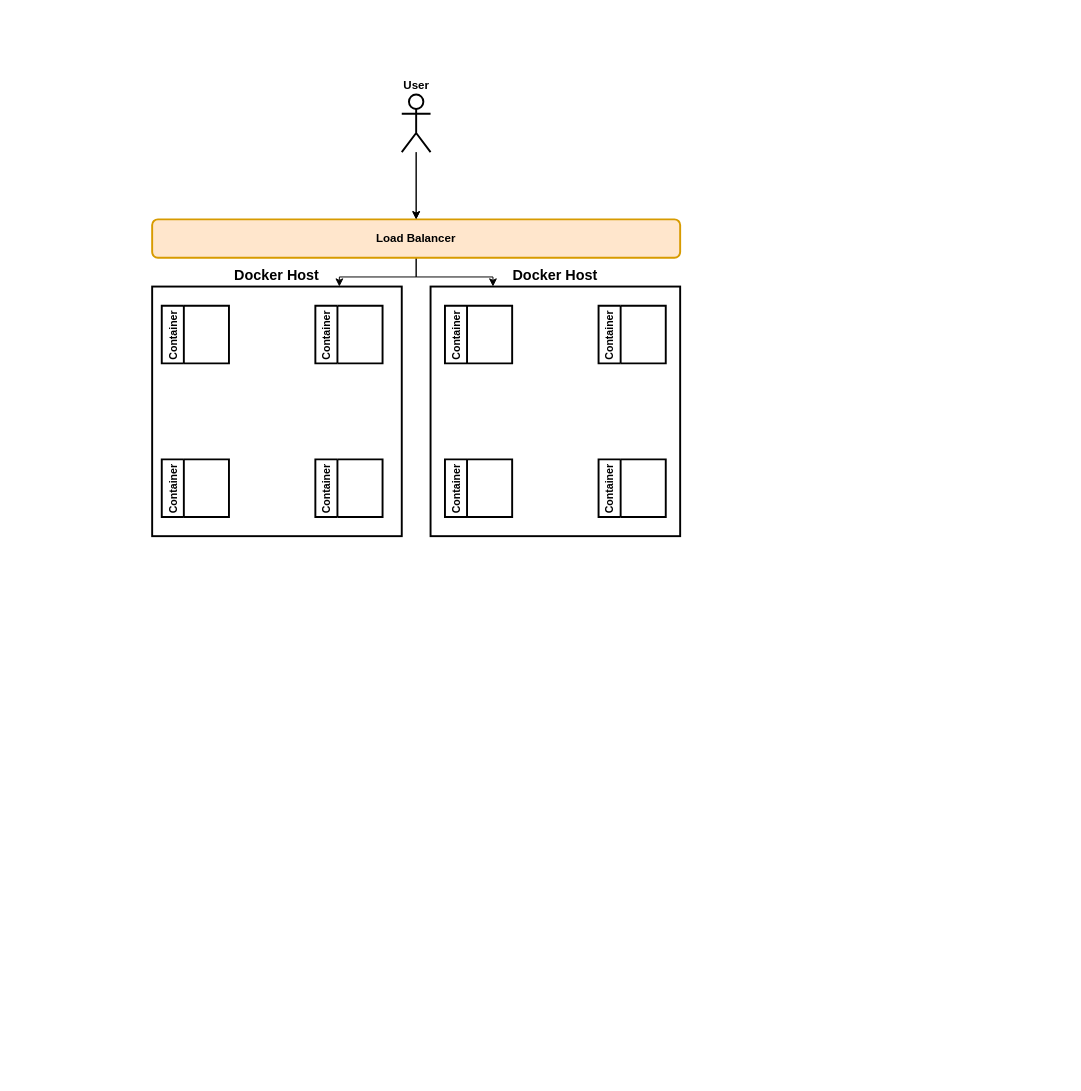
tmatthysen/Ayo_Project keeps this draw.io diagram as Diagrams/Untitled Diagram.drawio. Above is the earlier version. Source tidied: cells renumbered, new cells numbered last; positions are measured from the earlier drawing's top-left corner, leaving out a move shared by most shapes. Both pictures are drawn from the tidied source at 96%, with x=0, y=0 at pixel (152, 94).
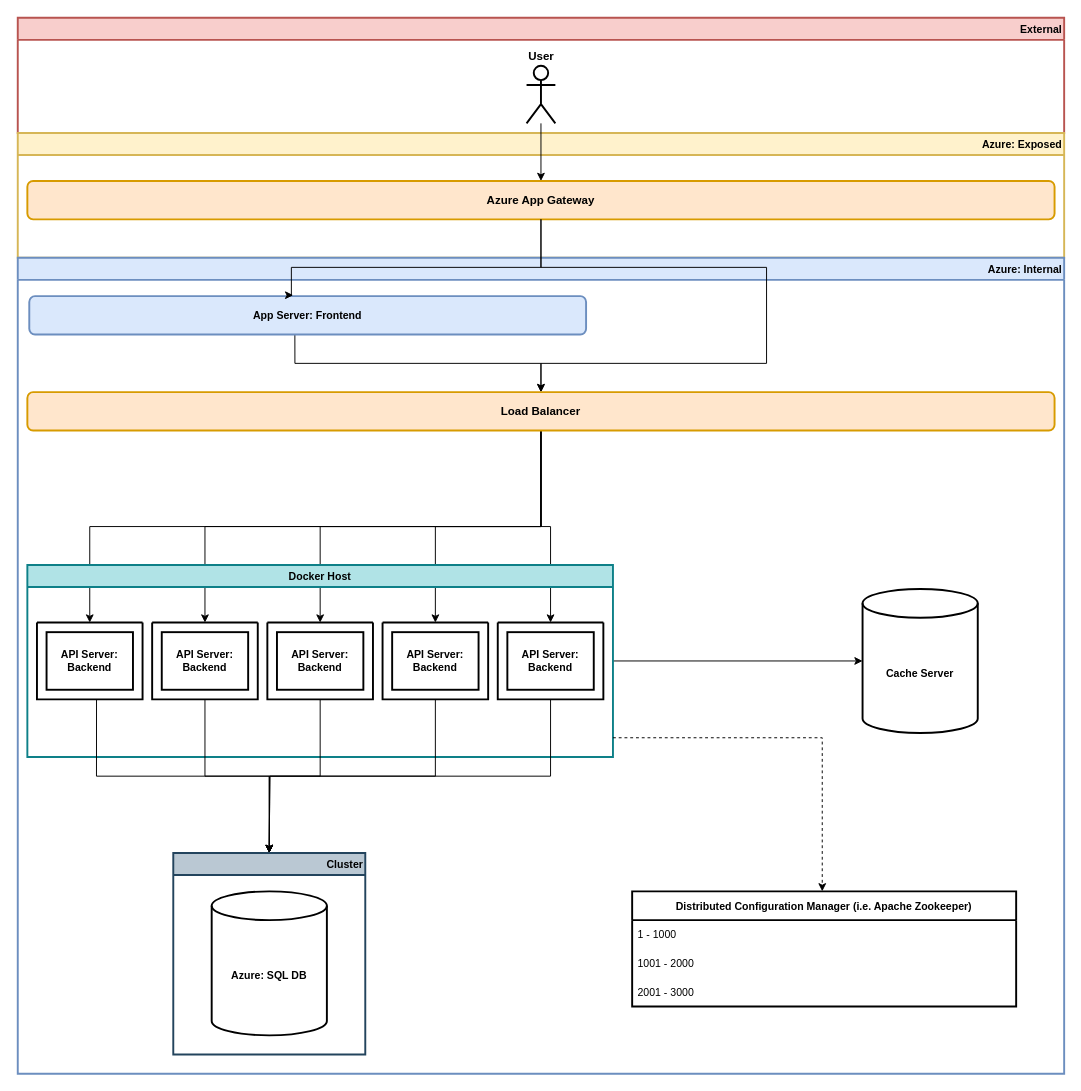
The same page after the edit.

Change to the diagram source:
```diff
@@
-    <mxCell id="2" style="edgeStyle=orthogonalEdgeStyle;rounded=0;jettySize=auto;html=1;entryX=0.75;entryY=0;entryDx=0;entryDy=0;fontSize=15;" parent="1" edge="1" source="4" target="9">
-      <mxGeometry relative="1" as="geometry" />
-    </mxCell>
-    <mxCell id="3" style="edgeStyle=orthogonalEdgeStyle;rounded=0;jettySize=auto;html=1;entryX=0.25;entryY=0;entryDx=0;entryDy=0;fontSize=15;" parent="1" edge="1" source="4" target="8">
-      <mxGeometry relative="1" as="geometry" />
-    </mxCell>
+    <mxCell id="18" value="External" style="swimlane;fontSize=11;strokeWidth=2;fillColor=#f8cecc;strokeColor=#b85450;align=right;" parent="1" vertex="1">
+      <mxGeometry x="-140" y="-80" width="1090" height="120" as="geometry" />
+    </mxCell>
+    <mxCell id="7" value="User" style="shape=umlActor;verticalLabelPosition=top;verticalAlign=bottom;html=1;strokeWidth=2;fontStyle=1;labelPosition=center;align=center;" parent="18" vertex="1">
+      <mxGeometry x="530" y="50" width="30" height="60" as="geometry" />
+    </mxCell>
+    <mxCell id="19" value="Azure: Exposed" style="swimlane;fontSize=11;strokeWidth=2;fillColor=#fff2cc;strokeColor=#d6b656;align=right;" parent="1" vertex="1">
+      <mxGeometry x="-140" y="40" width="1090" height="130" as="geometry" />
+    </mxCell>
+    <mxCell id="20" value="Azure App Gateway" style="rounded=1;whiteSpace=wrap;html=1;fillColor=#ffe6cc;strokeColor=#d79b00;strokeWidth=2;fontStyle=1;" parent="19" vertex="1">
+      <mxGeometry x="10" y="50" width="1070" height="40" as="geometry" />
+    </mxCell>
+    <mxCell id="21" value="Azure: Internal" style="swimlane;fontSize=11;strokeWidth=2;fillColor=#dae8fc;strokeColor=#6c8ebf;labelPosition=center;verticalLabelPosition=middle;align=right;verticalAlign=middle;" parent="1" vertex="1">
+      <mxGeometry x="-140" y="170" width="1090" height="850" as="geometry" />
+    </mxCell>
+    <mxCell id="22" style="edgeStyle=orthogonalEdgeStyle;rounded=0;jettySize=auto;html=1;fontSize=11;entryX=0.5;entryY=0;entryDx=0;entryDy=0;exitX=0.477;exitY=0.975;exitDx=0;exitDy=0;exitPerimeter=0;" parent="21" edge="1" source="23" target="4">
+      <mxGeometry relative="1" as="geometry" />
+    </mxCell>
+    <mxCell id="23" value="App Server: Frontend" style="rounded=1;whiteSpace=wrap;html=1;fontSize=11;strokeWidth=2;fontStyle=1;fillColor=#dae8fc;strokeColor=#6c8ebf;" parent="21" vertex="1">
+      <mxGeometry x="12" y="40" width="580" height="40" as="geometry" />
+    </mxCell>
+    <mxCell id="24" style="edgeStyle=orthogonalEdgeStyle;rounded=0;jettySize=auto;html=1;entryX=0.5;entryY=0;entryDx=0;entryDy=0;fontSize=11;" parent="21" edge="1" source="4" target="31">
+      <mxGeometry relative="1" as="geometry" />
+    </mxCell>
+    <mxCell id="25" style="edgeStyle=orthogonalEdgeStyle;rounded=0;jettySize=auto;html=1;entryX=0.5;entryY=0;entryDx=0;entryDy=0;fontSize=11;" parent="21" edge="1" source="4" target="34">
+      <mxGeometry relative="1" as="geometry" />
+    </mxCell>
+    <mxCell id="26" style="edgeStyle=orthogonalEdgeStyle;rounded=0;jettySize=auto;html=1;entryX=0.5;entryY=0;entryDx=0;entryDy=0;fontSize=11;" parent="21" edge="1" source="4" target="32">
+      <mxGeometry relative="1" as="geometry" />
+    </mxCell>
+    <mxCell id="27" style="edgeStyle=orthogonalEdgeStyle;rounded=0;jettySize=auto;html=1;entryX=0.5;entryY=0;entryDx=0;entryDy=0;fontSize=11;" parent="21" edge="1" source="4" target="36">
+      <mxGeometry relative="1" as="geometry" />
+    </mxCell>
+    <mxCell id="28" style="edgeStyle=orthogonalEdgeStyle;rounded=0;jettySize=auto;html=1;entryX=0.5;entryY=0;entryDx=0;entryDy=0;fontSize=11;" parent="21" edge="1" source="4" target="38">
+      <mxGeometry relative="1" as="geometry" />
+    </mxCell>
-    <mxCell id="4" value="Load Balancer" style="rounded=1;whiteSpace=wrap;html=1;fillColor=#ffe6cc;strokeColor=#d79b00;strokeWidth=2;fontStyle=1;" parent="1" vertex="1">
-      <mxGeometry y="130" width="550" height="40" as="geometry" />
+    <mxCell id="4" value="Load Balancer" style="rounded=1;whiteSpace=wrap;html=1;fillColor=#ffe6cc;strokeColor=#d79b00;strokeWidth=2;fontStyle=1;" parent="21" vertex="1">
+      <mxGeometry x="10" y="140" width="1070" height="40" as="geometry" />
     </mxCell>
-    <mxCell id="5" style="edgeStyle=orthogonalEdgeStyle;rounded=0;jettySize=auto;html=1;" parent="1" edge="1" source="7" target="4">
-      <mxGeometry relative="1" as="geometry" />
-    </mxCell>
-    <mxCell id="6" style="edgeStyle=orthogonalEdgeStyle;rounded=0;jettySize=auto;html=1;" parent="1" edge="1" source="7" target="4">
-      <mxGeometry relative="1" as="geometry" />
-    </mxCell>
-    <mxCell id="7" value="User" style="shape=umlActor;verticalLabelPosition=top;verticalAlign=bottom;html=1;strokeWidth=2;fontStyle=1;labelPosition=center;align=center;" parent="1" vertex="1">
-      <mxGeometry x="260" width="30" height="60" as="geometry" />
-    </mxCell>
-    <mxCell id="8" value="Docker Host" style="whiteSpace=wrap;html=1;strokeWidth=2;labelPosition=center;verticalLabelPosition=top;align=center;verticalAlign=bottom;fontStyle=1;fontSize=15;" parent="1" vertex="1">
-      <mxGeometry x="290" y="200" width="260" height="260" as="geometry" />
-    </mxCell>
-    <mxCell id="9" value="Docker Host" style="whiteSpace=wrap;html=1;strokeWidth=2;labelPosition=center;verticalLabelPosition=top;align=center;verticalAlign=bottom;fontStyle=1;fontSize=15;" parent="1" vertex="1">
-      <mxGeometry y="200" width="260" height="260" as="geometry" />
-    </mxCell>
-    <mxCell id="10" value="Container" style="swimlane;horizontal=0;fontSize=11;strokeWidth=2;startSize=23;" parent="1" vertex="1">
-      <mxGeometry x="10" y="220" width="70" height="60" as="geometry" />
-    </mxCell>
-    <mxCell id="11" value="Container" style="swimlane;horizontal=0;fontSize=11;strokeWidth=2;startSize=23;" parent="1" vertex="1">
-      <mxGeometry x="170" y="380" width="70" height="60" as="geometry" />
-    </mxCell>
-    <mxCell id="12" value="Container" style="swimlane;horizontal=0;fontSize=11;strokeWidth=2;startSize=23;" parent="1" vertex="1">
-      <mxGeometry x="170" y="220" width="70" height="60" as="geometry" />
-    </mxCell>
-    <mxCell id="13" value="Container" style="swimlane;horizontal=0;fontSize=11;strokeWidth=2;startSize=23;" parent="1" vertex="1">
-      <mxGeometry x="10" y="380" width="70" height="60" as="geometry" />
-    </mxCell>
-    <mxCell id="14" value="Container" style="swimlane;horizontal=0;fontSize=11;strokeWidth=2;startSize=23;" parent="1" vertex="1">
-      <mxGeometry x="305" y="220" width="70" height="60" as="geometry" />
-    </mxCell>
-    <mxCell id="15" value="Container" style="swimlane;horizontal=0;fontSize=11;strokeWidth=2;startSize=23;" parent="1" vertex="1">
-      <mxGeometry x="465" y="380" width="70" height="60" as="geometry" />
-    </mxCell>
-    <mxCell id="16" value="Container" style="swimlane;horizontal=0;fontSize=11;strokeWidth=2;startSize=23;" parent="1" vertex="1">
-      <mxGeometry x="465" y="220" width="70" height="60" as="geometry" />
-    </mxCell>
-    <mxCell id="17" value="Container" style="swimlane;horizontal=0;fontSize=11;strokeWidth=2;startSize=23;" parent="1" vertex="1">
-      <mxGeometry x="305" y="380" width="70" height="60" as="geometry" />
-    </mxCell>
+    <mxCell id="29" style="edgeStyle=orthogonalEdgeStyle;rounded=0;jettySize=auto;html=1;entryX=0;entryY=0.5;entryDx=0;entryDy=0;entryPerimeter=0;fontSize=11;" parent="21" edge="1" source="30" target="41">
+      <mxGeometry relative="1" as="geometry" />
+    </mxCell>
+    <mxCell id="30" value="Docker Host" style="swimlane;fontSize=11;strokeWidth=2;fillColor=#b0e3e6;strokeColor=#0e8088;align=center;" parent="21" vertex="1">
+      <mxGeometry x="10" y="320" width="610" height="200" as="geometry" />
+    </mxCell>
+    <mxCell id="31" style="swimlane;startSize=0;fontSize=11;strokeWidth=2;" parent="30" vertex="1">
+      <mxGeometry x="10" y="60" width="110" height="80" as="geometry" />
+    </mxCell>
+    <mxCell id="32" style="swimlane;startSize=0;fontSize=11;strokeWidth=2;" parent="30" vertex="1">
+      <mxGeometry x="250" y="60" width="110" height="80" as="geometry" />
+    </mxCell>
+    <mxCell id="33" value="API Server: Backend" style="whiteSpace=wrap;html=1;fontSize=11;strokeWidth=2;fontStyle=1;" parent="32" vertex="1">
+      <mxGeometry x="10" y="10" width="90" height="60" as="geometry" />
+    </mxCell>
+    <mxCell id="34" style="swimlane;startSize=0;fontSize=11;strokeWidth=2;" parent="30" vertex="1">
+      <mxGeometry x="130" y="60" width="110" height="80" as="geometry" />
+    </mxCell>
+    <mxCell id="35" value="API Server: Backend" style="whiteSpace=wrap;html=1;fontSize=11;strokeWidth=2;fontStyle=1;" parent="34" vertex="1">
+      <mxGeometry x="10" y="10" width="90" height="60" as="geometry" />
+    </mxCell>
+    <mxCell id="36" style="swimlane;startSize=0;fontSize=11;strokeWidth=2;" parent="30" vertex="1">
+      <mxGeometry x="370" y="60" width="110" height="80" as="geometry" />
+    </mxCell>
+    <mxCell id="37" value="API Server: Backend" style="whiteSpace=wrap;html=1;fontSize=11;strokeWidth=2;fontStyle=1;" parent="36" vertex="1">
+      <mxGeometry x="10" y="10" width="90" height="60" as="geometry" />
+    </mxCell>
+    <mxCell id="38" style="swimlane;startSize=0;fontSize=11;strokeWidth=2;" parent="30" vertex="1">
+      <mxGeometry x="490" y="60" width="110" height="80" as="geometry" />
+    </mxCell>
+    <mxCell id="39" value="API Server: Backend" style="whiteSpace=wrap;html=1;fontSize=11;strokeWidth=2;fontStyle=1;" parent="38" vertex="1">
+      <mxGeometry x="10" y="10" width="90" height="60" as="geometry" />
+    </mxCell>
+    <mxCell id="40" style="edgeStyle=orthogonalEdgeStyle;rounded=0;jettySize=auto;html=1;entryX=0.5;entryY=1;entryDx=0;entryDy=0;fontSize=11;exitX=0.5;exitY=1;exitDx=0;exitDy=0;" parent="30" edge="1" source="38">
+      <mxGeometry relative="1" as="geometry">
+        <mxPoint x="252" y="300" as="targetPoint" />
+        <Array as="points">
+          <mxPoint x="545" y="220" />
+          <mxPoint x="252" y="220" />
+        </Array>
+      </mxGeometry>
+    </mxCell>
+    <mxCell id="41" value="Cache Server" style="shape=cylinder3;whiteSpace=wrap;html=1;boundedLbl=1;backgroundOutline=1;size=15;fontSize=11;strokeWidth=2;fontStyle=1;" parent="21" vertex="1">
+      <mxGeometry x="880" y="345" width="120" height="150" as="geometry" />
+    </mxCell>
+    <mxCell id="42" value="Distributed Configuration Manager (i.e. Apache Zookeeper)" style="swimlane;fontStyle=1;horizontal=1;startSize=30;fontSize=11;strokeWidth=2;" parent="21" vertex="1">
+      <mxGeometry x="640" y="660" width="400" height="120" as="geometry" />
+    </mxCell>
+    <mxCell id="43" value="1 - 1000" style="text;strokeColor=none;fillColor=none;align=left;verticalAlign=middle;spacingLeft=4;spacingRight=4;overflow=hidden;fontSize=11;" parent="42" vertex="1">
+      <mxGeometry y="30" width="400" height="30" as="geometry" />
+    </mxCell>
+    <mxCell id="44" value="1001 - 2000" style="text;strokeColor=none;fillColor=none;align=left;verticalAlign=middle;spacingLeft=4;spacingRight=4;overflow=hidden;fontSize=11;" parent="42" vertex="1">
+      <mxGeometry y="60" width="400" height="30" as="geometry" />
+    </mxCell>
+    <mxCell id="45" value="2001 - 3000" style="text;strokeColor=none;fillColor=none;align=left;verticalAlign=middle;spacingLeft=4;spacingRight=4;overflow=hidden;fontSize=11;" parent="42" vertex="1">
+      <mxGeometry y="90" width="400" height="30" as="geometry" />
+    </mxCell>
+    <mxCell id="46" style="edgeStyle=orthogonalEdgeStyle;rounded=0;jettySize=auto;html=1;fontSize=11;exitX=0.564;exitY=1;exitDx=0;exitDy=0;exitPerimeter=0;" parent="21" edge="1" source="31">
+      <mxGeometry relative="1" as="geometry">
+        <mxPoint x="262" y="620" as="targetPoint" />
+      </mxGeometry>
+    </mxCell>
+    <mxCell id="47" style="edgeStyle=orthogonalEdgeStyle;rounded=0;jettySize=auto;html=1;fontSize=11;" parent="21" edge="1" source="34">
+      <mxGeometry relative="1" as="geometry">
+        <mxPoint x="262" y="620" as="targetPoint" />
+        <Array as="points">
+          <mxPoint x="195" y="540" />
+          <mxPoint x="262" y="540" />
+        </Array>
+      </mxGeometry>
+    </mxCell>
+    <mxCell id="48" style="edgeStyle=orthogonalEdgeStyle;rounded=0;jettySize=auto;html=1;fontSize=11;exitX=0.5;exitY=1;exitDx=0;exitDy=0;" parent="21" edge="1" source="32">
+      <mxGeometry relative="1" as="geometry">
+        <mxPoint x="262" y="620" as="targetPoint" />
+      </mxGeometry>
+    </mxCell>
+    <mxCell id="49" value="Cluster" style="swimlane;fontSize=11;strokeWidth=2;fillColor=#bac8d3;strokeColor=#23445d;align=right;" parent="21" vertex="1">
+      <mxGeometry x="162" y="620" width="200" height="210" as="geometry" />
+    </mxCell>
+    <mxCell id="50" value="Azure: SQL DB" style="shape=cylinder3;whiteSpace=wrap;html=1;boundedLbl=1;backgroundOutline=1;size=15;fontSize=11;strokeWidth=2;fontStyle=1;" parent="49" vertex="1">
+      <mxGeometry x="40" y="40" width="120" height="150" as="geometry" />
+    </mxCell>
+    <mxCell id="51" style="edgeStyle=orthogonalEdgeStyle;rounded=0;jettySize=auto;html=1;fontSize=11;exitX=0.5;exitY=1;exitDx=0;exitDy=0;" parent="21" edge="1" source="36">
+      <mxGeometry relative="1" as="geometry">
+        <mxPoint x="262" y="620" as="targetPoint" />
+      </mxGeometry>
+    </mxCell>
+    <mxCell id="52" style="edgeStyle=orthogonalEdgeStyle;rounded=0;jettySize=auto;html=1;entryX=0.5;entryY=0;entryDx=0;entryDy=0;fontSize=11;" parent="1" edge="1" source="7" target="20">
+      <mxGeometry relative="1" as="geometry" />
+    </mxCell>
+    <mxCell id="53" style="edgeStyle=orthogonalEdgeStyle;rounded=0;jettySize=auto;html=1;entryX=0.474;entryY=-0.025;entryDx=0;entryDy=0;fontSize=11;entryPerimeter=0;" parent="1" edge="1" source="20" target="23">
+      <mxGeometry relative="1" as="geometry">
+        <Array as="points">
+          <mxPoint x="405" y="180" />
+          <mxPoint x="145" y="180" />
+        </Array>
+      </mxGeometry>
+    </mxCell>
+    <mxCell id="54" value="API Server: Backend" style="whiteSpace=wrap;html=1;fontSize=11;strokeWidth=2;fontStyle=1;" parent="1" vertex="1">
+      <mxGeometry x="-110" y="560" width="90" height="60" as="geometry" />
+    </mxCell>
+    <mxCell id="55" style="edgeStyle=orthogonalEdgeStyle;rounded=0;orthogonalLoop=1;jettySize=auto;html=1;fontSize=11;dashed=1;" parent="1" edge="1">
+      <mxGeometry relative="1" as="geometry">
+        <mxPoint x="480" y="670" as="sourcePoint" />
+        <mxPoint x="698" y="830" as="targetPoint" />
+        <Array as="points">
+          <mxPoint x="698" y="670" />
+        </Array>
+      </mxGeometry>
+    </mxCell>
+    <mxCell id="56" style="edgeStyle=orthogonalEdgeStyle;rounded=0;jettySize=auto;html=1;fontSize=11;" parent="1" edge="1" source="20">
+      <mxGeometry relative="1" as="geometry">
+        <mxPoint x="405" y="310" as="targetPoint" />
+        <Array as="points">
+          <mxPoint x="405" y="180" />
+          <mxPoint x="640" y="180" />
+          <mxPoint x="640" y="280" />
+          <mxPoint x="405" y="280" />
+        </Array>
+      </mxGeometry>
+    </mxCell>
```
